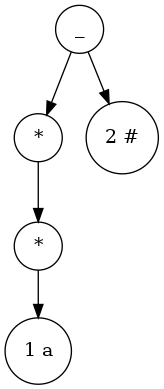
x6x4/LAB2_URGENCY keeps this Graphviz diagram as tree_output/tree_output.png. Above is the earlier version. Its source is kept beside it as tree_output/tree_output.dot.
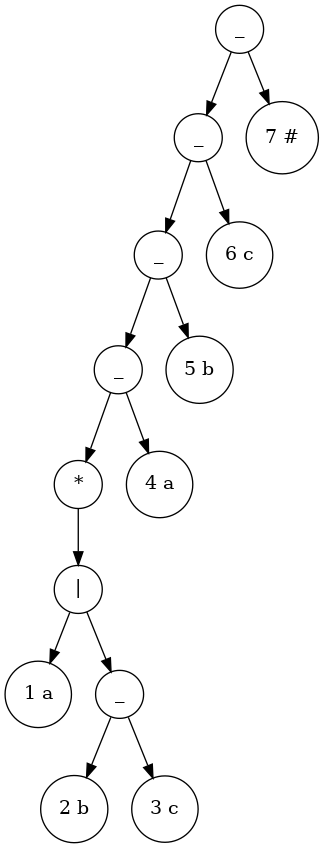
Above is the later version.

What changed in the source:
```diff
@@ -1,12 +1,30 @@
 digraph Tree {
 node [shape=circle];
-93931964044416 [label="_"];
-93931964044416 -> 93931964044208;
-93931964044208 [label="*"];
-93931964044208 -> 93931964044160;
-93931964044160 [label="*"];
-93931964044160 -> 93931964043968;
-93931964043968 [label="1 a"];
-93931964044416 -> 93931964044256;
-93931964044256 [label="2 #"];
+94013749581680 [label="_"];
+94013749581680 -> 94013749581584;
+94013749581584 [label="_"];
+94013749581584 -> 94013749581440;
+94013749581440 [label="_"];
+94013749581440 -> 94013749581296;
+94013749581296 [label="_"];
+94013749581296 -> 94013749581152;
+94013749581152 [label="*"];
+94013749581152 -> 94013749581104;
+94013749581104 [label="|"];
+94013749581104 -> 94013749580480;
+94013749580480 [label="1 a"];
+94013749581104 -> 94013749580912;
+94013749580912 [label="_"];
+94013749580912 -> 94013749580528;
+94013749580528 [label="2 b"];
+94013749580912 -> 94013749580720;
+94013749580720 [label="3 c"];
+94013749581296 -> 94013749581200;
+94013749581200 [label="4 a"];
+94013749581440 -> 94013749581344;
+94013749581344 [label="5 b"];
+94013749581584 -> 94013749581488;
+94013749581488 [label="6 c"];
+94013749581680 -> 94013749581632;
+94013749581632 [label="7 #"];
 }
```
